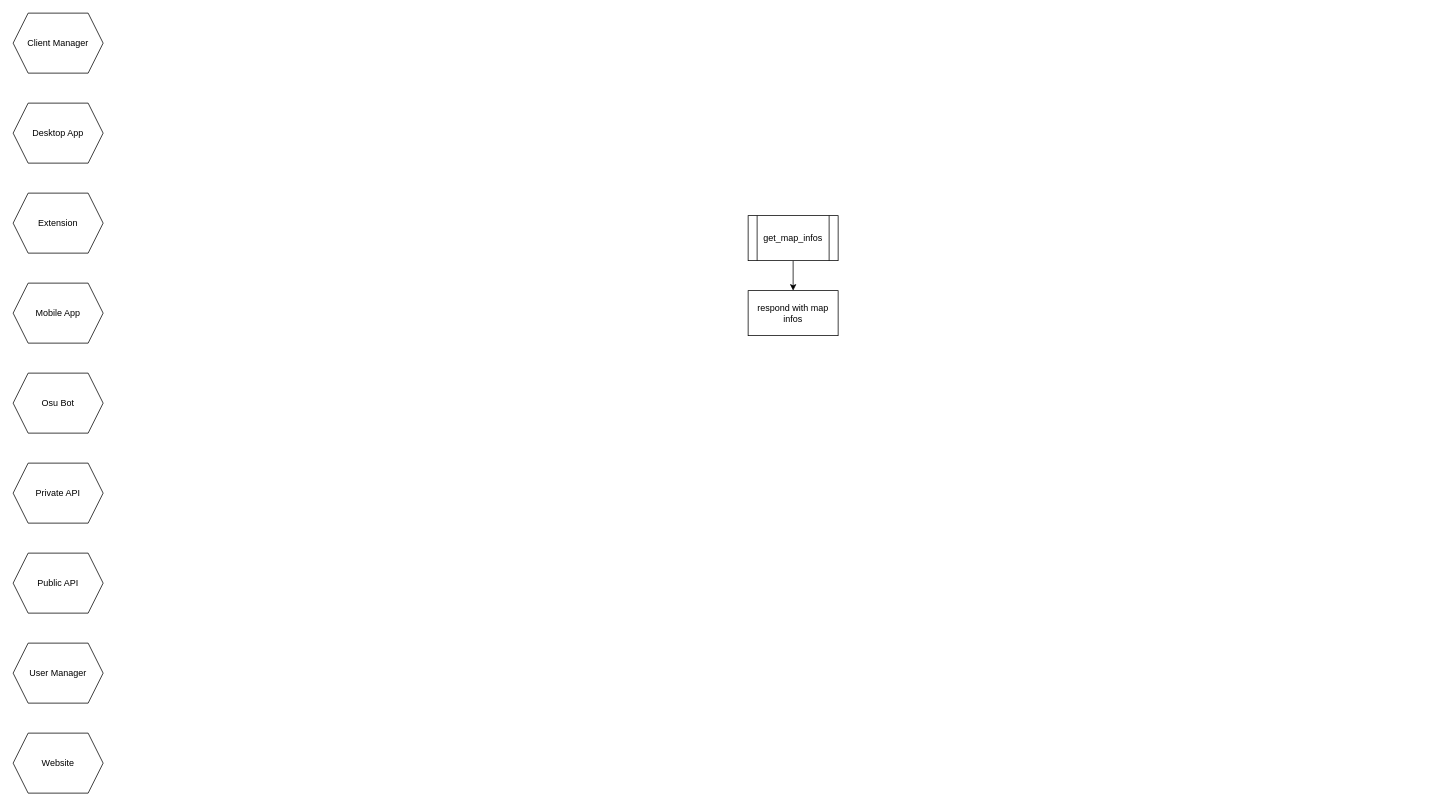
This is page "beatmap_manager" (2 of 11) of BellaFiora.drawio from BellaFiora/BellaFiora, a draw.io file, before an edit. Source tidied: cells renumbered, new cells numbered last; positions are measured from the earlier drawing's top-left corner, leaving out a move shared by most shapes. Both pictures are drawn from the tidied source at 75%, with x=0, y=0 at pixel (13, 13).
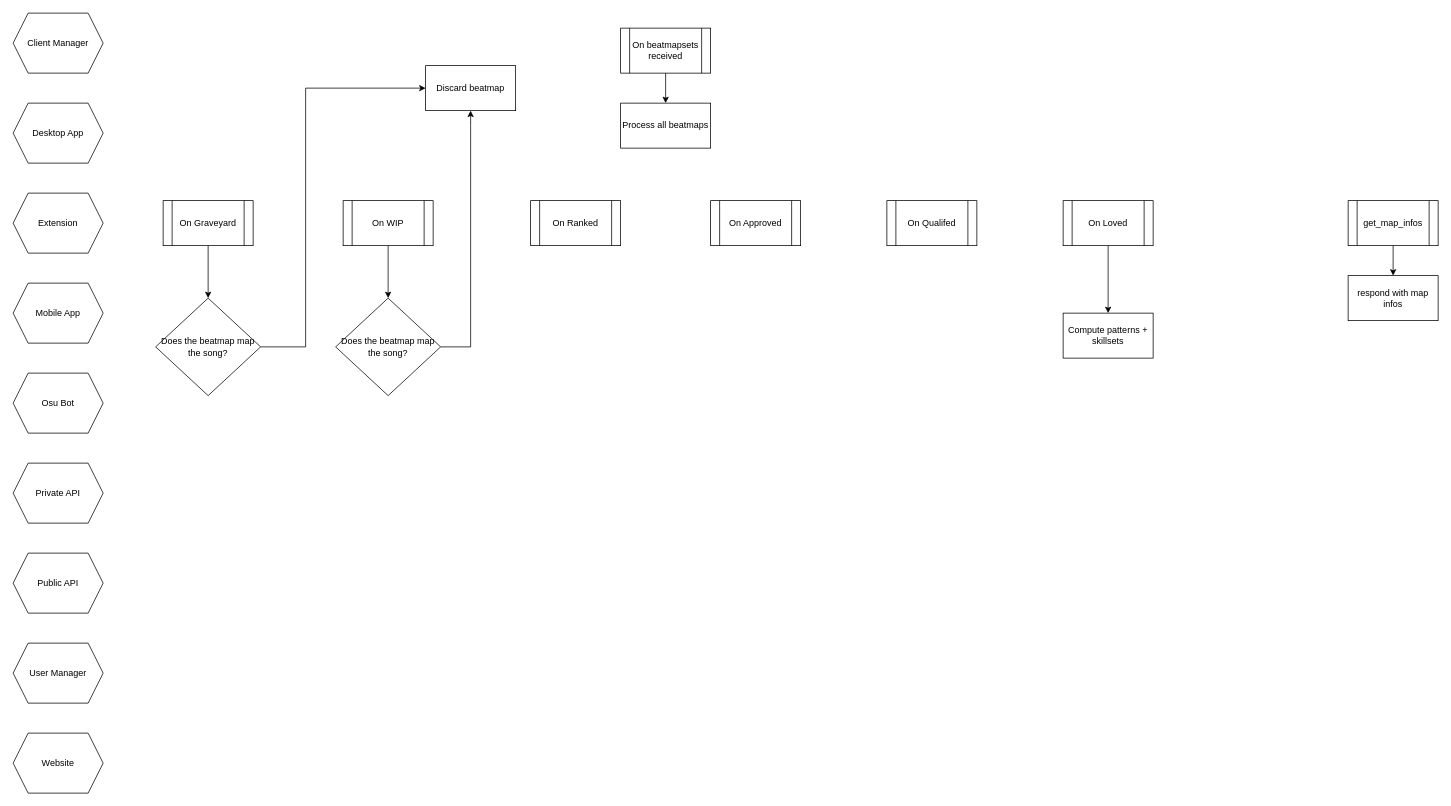
The same page after the edit.

Change to the diagram source:
```diff
@@
     <mxCell id="11" value="respond with map infos" style="rounded=0;whiteSpace=wrap;html=1;" parent="1" vertex="1">
-      <mxGeometry x="980" y="370" width="120" height="60" as="geometry" />
+      <mxGeometry x="1780" y="350" width="120" height="60" as="geometry" />
     </mxCell>
@@
     <mxCell id="13" value="get_map_infos" style="shape=process;whiteSpace=wrap;html=1;backgroundOutline=1;" parent="1" vertex="1">
-      <mxGeometry x="980" y="270" width="120" height="60" as="geometry" />
+      <mxGeometry x="1780" y="250" width="120" height="60" as="geometry" />
     </mxCell>
+    <mxCell id="14" style="edgeStyle=orthogonalEdgeStyle;rounded=0;jettySize=auto;html=1;" parent="1" edge="1" source="15" target="16">
+      <mxGeometry relative="1" as="geometry" />
+    </mxCell>
+    <mxCell id="15" value="On beatmapsets received" style="shape=process;whiteSpace=wrap;html=1;backgroundOutline=1;" parent="1" vertex="1">
+      <mxGeometry x="810" y="20" width="120" height="60" as="geometry" />
+    </mxCell>
+    <mxCell id="16" value="Process all beatmaps" style="rounded=0;whiteSpace=wrap;html=1;" parent="1" vertex="1">
+      <mxGeometry x="810" y="120" width="120" height="60" as="geometry" />
+    </mxCell>
+    <mxCell id="17" style="edgeStyle=orthogonalEdgeStyle;rounded=0;jettySize=auto;html=1;" parent="1" edge="1" source="18" target="27">
+      <mxGeometry relative="1" as="geometry" />
+    </mxCell>
+    <mxCell id="18" value="On Graveyard" style="shape=process;whiteSpace=wrap;html=1;backgroundOutline=1;" parent="1" vertex="1">
+      <mxGeometry x="200" y="250" width="120" height="60" as="geometry" />
+    </mxCell>
+    <mxCell id="19" style="edgeStyle=orthogonalEdgeStyle;rounded=0;jettySize=auto;html=1;" parent="1" edge="1" source="20" target="29">
+      <mxGeometry relative="1" as="geometry" />
+    </mxCell>
+    <mxCell id="20" value="On WIP" style="shape=process;whiteSpace=wrap;html=1;backgroundOutline=1;" parent="1" vertex="1">
+      <mxGeometry x="440" y="250" width="120" height="60" as="geometry" />
+    </mxCell>
+    <mxCell id="21" value="On Ranked" style="shape=process;whiteSpace=wrap;html=1;backgroundOutline=1;" parent="1" vertex="1">
+      <mxGeometry x="690" y="250" width="120" height="60" as="geometry" />
+    </mxCell>
+    <mxCell id="22" value="On Approved" style="shape=process;whiteSpace=wrap;html=1;backgroundOutline=1;" parent="1" vertex="1">
+      <mxGeometry x="930" y="250" width="120" height="60" as="geometry" />
+    </mxCell>
+    <mxCell id="23" value="On Qualifed" style="shape=process;whiteSpace=wrap;html=1;backgroundOutline=1;" parent="1" vertex="1">
+      <mxGeometry x="1165" y="250" width="120" height="60" as="geometry" />
+    </mxCell>
+    <mxCell id="24" style="edgeStyle=orthogonalEdgeStyle;rounded=0;jettySize=auto;html=1;" parent="1" edge="1" source="25" target="31">
+      <mxGeometry relative="1" as="geometry" />
+    </mxCell>
+    <mxCell id="25" value="On Loved" style="shape=process;whiteSpace=wrap;html=1;backgroundOutline=1;" parent="1" vertex="1">
+      <mxGeometry x="1400" y="250" width="120" height="60" as="geometry" />
+    </mxCell>
+    <mxCell id="26" style="edgeStyle=orthogonalEdgeStyle;rounded=0;jettySize=auto;html=1;entryX=0;entryY=0.5;entryDx=0;entryDy=0;" parent="1" edge="1" source="27" target="30">
+      <mxGeometry relative="1" as="geometry">
+        <Array as="points">
+          <mxPoint x="390" y="445" />
+          <mxPoint x="390" y="100" />
+        </Array>
+      </mxGeometry>
+    </mxCell>
+    <mxCell id="27" value="Does the beatmap map the song?" style="rhombus;whiteSpace=wrap;html=1;" parent="1" vertex="1">
+      <mxGeometry x="190" y="380" width="140" height="130" as="geometry" />
+    </mxCell>
+    <mxCell id="28" style="edgeStyle=orthogonalEdgeStyle;rounded=0;jettySize=auto;html=1;entryX=0.5;entryY=1;entryDx=0;entryDy=0;" parent="1" edge="1" source="29" target="30">
+      <mxGeometry relative="1" as="geometry">
+        <Array as="points">
+          <mxPoint x="610" y="445" />
+          <mxPoint x="610" y="150" />
+        </Array>
+      </mxGeometry>
+    </mxCell>
+    <mxCell id="29" value="Does the beatmap map the song?" style="rhombus;whiteSpace=wrap;html=1;" parent="1" vertex="1">
+      <mxGeometry x="430" y="380" width="140" height="130" as="geometry" />
+    </mxCell>
+    <mxCell id="30" value="Discard beatmap" style="rounded=0;whiteSpace=wrap;html=1;" parent="1" vertex="1">
+      <mxGeometry x="550" y="70" width="120" height="60" as="geometry" />
+    </mxCell>
+    <mxCell id="31" value="Compute patterns + skillsets" style="rounded=0;whiteSpace=wrap;html=1;" parent="1" vertex="1">
+      <mxGeometry x="1400" y="400" width="120" height="60" as="geometry" />
+    </mxCell>
```
